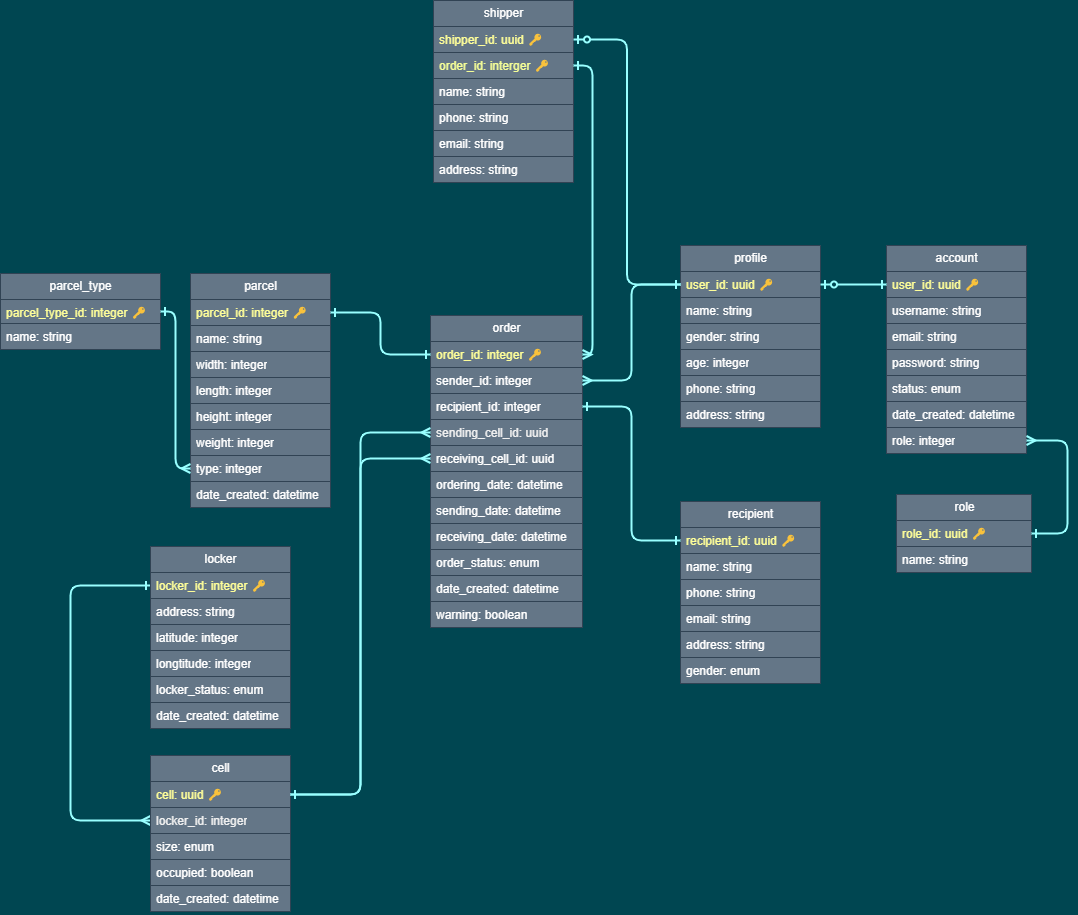
This is UML.drawio.png from chauanphu/be-parcel-locker, a draw.io export, as it was before one commit. Source tidied: cells renumbered, new cells last; positions are measured from the earlier drawing's top-left corner, leaving out a move shared by most shapes.
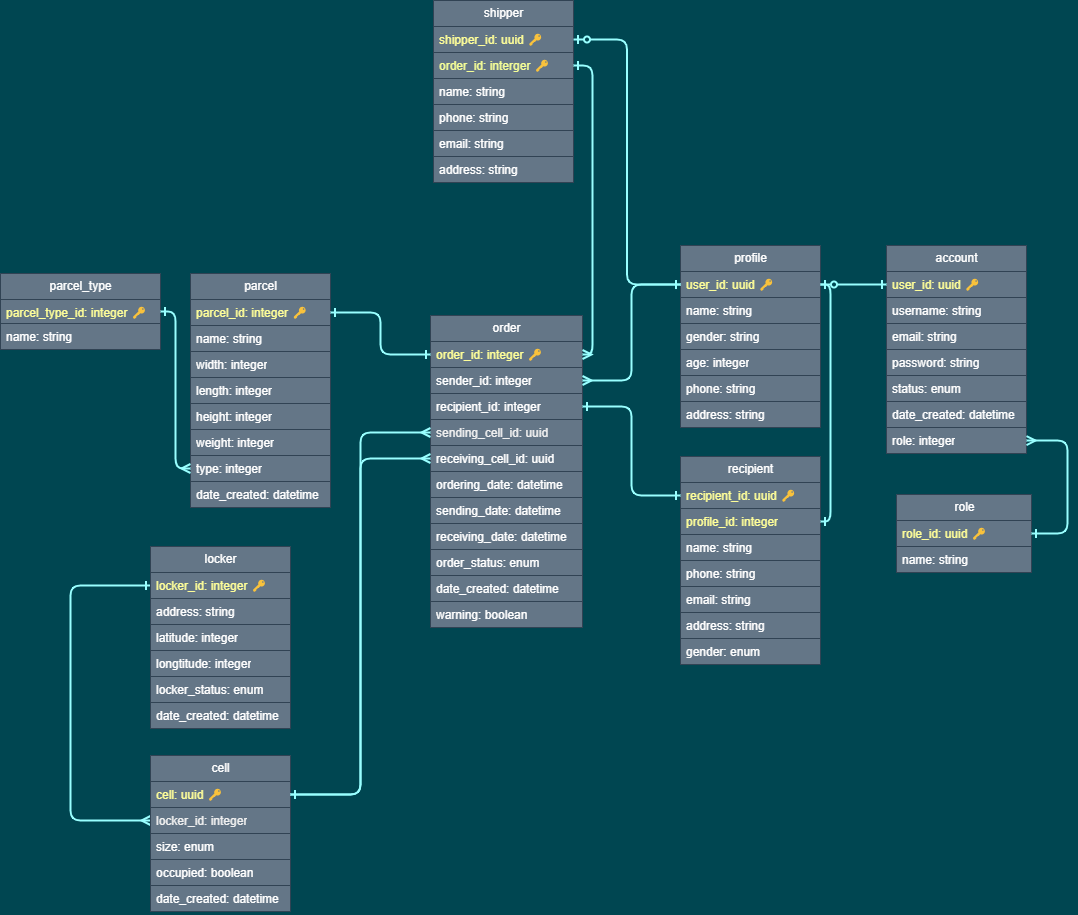
After the change.

What changed in the source:
```diff
@@ -172,25 +172,28 @@
       <mxGeometry relative="1" as="geometry" />
     </mxCell>
     <mxCell id="57" value="recipient" style="swimlane;fontStyle=0;horizontal=1;startSize=26;fillColor=#647687;html=1;fontColor=#ffffff;strokeColor=#314354;" parent="1" vertex="1">
-      <mxGeometry x="680" y="501" width="140" height="182" as="geometry" />
+      <mxGeometry x="680" y="456" width="140" height="208" as="geometry" />
     </mxCell>
     <mxCell id="58" value="&lt;font color=&quot;#ffff99&quot;&gt;recipient_id: uuid&amp;nbsp;&lt;/font&gt;&lt;span style=&quot;color: rgb(255, 255, 153);&quot;&gt;🔑&lt;/span&gt;" style="text;strokeColor=#314354;fillColor=#647687;align=left;verticalAlign=top;spacingLeft=4;spacingRight=4;overflow=hidden;points=[[0,0.5],[1,0.5]];portConstraint=eastwest;whiteSpace=wrap;html=1;fontColor=#ffffff;" parent="57" vertex="1">
       <mxGeometry y="26" width="140" height="26" as="geometry" />
     </mxCell>
+    <mxCell id="82" value="&lt;font color=&quot;#ffff99&quot;&gt;profile_id: integer&lt;/font&gt;" style="text;strokeColor=#314354;fillColor=#647687;align=left;verticalAlign=top;spacingLeft=4;spacingRight=4;overflow=hidden;points=[[0,0.5],[1,0.5]];portConstraint=eastwest;whiteSpace=wrap;html=1;fontColor=#ffffff;" parent="57" vertex="1">
+      <mxGeometry y="52" width="140" height="26" as="geometry" />
+    </mxCell>
     <mxCell id="59" value="name: string" style="text;strokeColor=#314354;fillColor=#647687;align=left;verticalAlign=top;spacingLeft=4;spacingRight=4;overflow=hidden;whiteSpace=wrap;html=1;fontColor=#ffffff;" parent="57" vertex="1">
-      <mxGeometry y="52" width="140" height="26" as="geometry" />
+      <mxGeometry y="78" width="140" height="26" as="geometry" />
     </mxCell>
     <mxCell id="60" value="phone: string" style="text;strokeColor=#314354;fillColor=#647687;align=left;verticalAlign=top;spacingLeft=4;spacingRight=4;overflow=hidden;whiteSpace=wrap;html=1;fontColor=#ffffff;" parent="57" vertex="1">
-      <mxGeometry y="78" width="140" height="26" as="geometry" />
+      <mxGeometry y="104" width="140" height="26" as="geometry" />
     </mxCell>
     <mxCell id="61" value="email: string" style="text;strokeColor=#314354;fillColor=#647687;align=left;verticalAlign=top;spacingLeft=4;spacingRight=4;overflow=hidden;whiteSpace=wrap;html=1;fontColor=#ffffff;" parent="57" vertex="1">
-      <mxGeometry y="104" width="140" height="26" as="geometry" />
+      <mxGeometry y="130" width="140" height="26" as="geometry" />
     </mxCell>
     <mxCell id="62" value="address: string&lt;br&gt;" style="text;strokeColor=#314354;fillColor=#647687;align=left;verticalAlign=top;spacingLeft=4;spacingRight=4;overflow=hidden;whiteSpace=wrap;html=1;fontColor=#ffffff;" parent="57" vertex="1">
-      <mxGeometry y="130" width="140" height="26" as="geometry" />
+      <mxGeometry y="156" width="140" height="26" as="geometry" />
     </mxCell>
     <mxCell id="63" value="gender: enum" style="text;strokeColor=#314354;fillColor=#647687;align=left;verticalAlign=top;spacingLeft=4;spacingRight=4;overflow=hidden;whiteSpace=wrap;html=1;fontColor=#ffffff;" parent="57" vertex="1">
-      <mxGeometry y="156" width="140" height="26" as="geometry" />
+      <mxGeometry y="182" width="140" height="26" as="geometry" />
     </mxCell>
     <mxCell id="64" style="edgeStyle=orthogonalEdgeStyle;shape=connector;rounded=1;html=1;exitX=1;exitY=0.5;exitDx=0;exitDy=0;entryX=0;entryY=0.5;entryDx=0;entryDy=0;labelBackgroundColor=default;strokeColor=#99FFFF;strokeWidth=2;fontFamily=Helvetica;fontSize=11;fontColor=default;startArrow=ERone;startFill=0;endArrow=ERone;endFill=0;fillColor=#647687;" parent="1" edge="1" source="21" target="58">
       <mxGeometry relative="1" as="geometry" />
@@ -251,5 +254,8 @@
     <mxCell id="81" style="edgeStyle=orthogonalEdgeStyle;html=1;exitX=1;exitY=0.5;exitDx=0;exitDy=0;fillColor=#647687;strokeColor=#99FFFF;strokeWidth=2;endArrow=ERone;endFill=0;startArrow=ERzeroToOne;startFill=0;entryX=0;entryY=0.5;entryDx=0;entryDy=0;" parent="1" edge="1" source="74" target="12">
       <mxGeometry relative="1" as="geometry" />
     </mxCell>
+    <mxCell id="83" style="edgeStyle=orthogonalEdgeStyle;shape=connector;rounded=1;html=1;exitX=1;exitY=0.5;exitDx=0;exitDy=0;entryX=1;entryY=0.5;entryDx=0;entryDy=0;labelBackgroundColor=default;strokeColor=#99FFFF;strokeWidth=2;fontFamily=Helvetica;fontSize=11;fontColor=default;startArrow=ERone;startFill=0;endArrow=ERone;endFill=0;fillColor=#647687;" parent="1" edge="1" source="12" target="82">
+      <mxGeometry relative="1" as="geometry" />
+    </mxCell>
   </root>
 </mxGraphModel>
```
